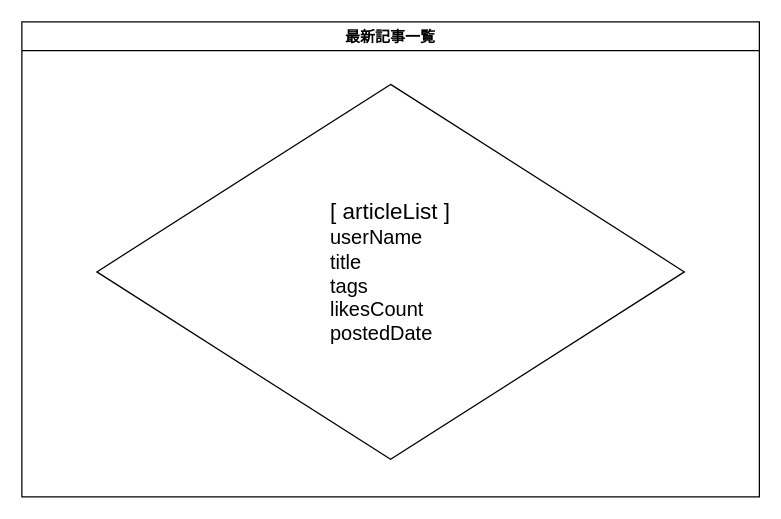
Earlier version of the draw.io diagram page "ホーム画面" (2 of 8) of Designs/要件定義.drawio (yusuke-rakus/Qiish). Source tidied: cells renumbered, new cells numbered last; positions are measured from the earlier drawing's top-left corner, leaving out a move shared by most shapes. Both pictures are drawn from the tidied source at 125%, with x=0, y=0 at pixel (21, 21).
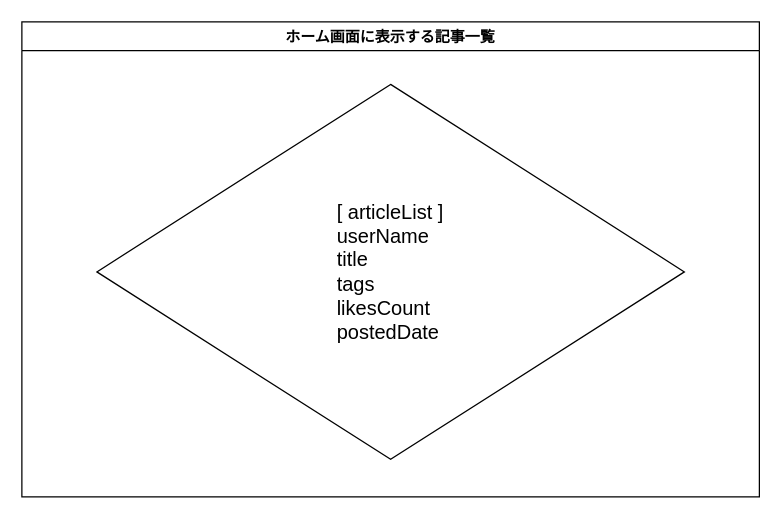
The same diagram, later.

Change to the diagram source:
```diff
@@
 <mxGraphModel>
   <root>
     <mxCell id="0" />
     <mxCell id="1" parent="0" />
-    <mxCell id="2" value="最新記事一覧" style="swimlane;" parent="1" vertex="1">
+    <mxCell id="2" value="ホーム画面に表示する記事一覧" style="swimlane;" parent="1" vertex="1">
       <mxGeometry width="590" height="380" as="geometry" />
     </mxCell>
-    <mxCell id="3" value="&lt;div style=&quot;text-align: justify&quot;&gt;&lt;font style=&quot;font-size: 18px&quot;&gt;[ articleList ]&lt;/font&gt;&lt;/div&gt;&lt;div style=&quot;text-align: justify&quot;&gt;&lt;font size=&quot;3&quot;&gt;userName&lt;/font&gt;&lt;/div&gt;&lt;div style=&quot;text-align: justify&quot;&gt;&lt;font size=&quot;3&quot;&gt;title&lt;/font&gt;&lt;/div&gt;&lt;div style=&quot;text-align: justify&quot;&gt;&lt;font size=&quot;3&quot;&gt;tags&lt;/font&gt;&lt;/div&gt;&lt;div style=&quot;text-align: justify&quot;&gt;&lt;font size=&quot;3&quot;&gt;likesCount&lt;/font&gt;&lt;/div&gt;&lt;div style=&quot;text-align: justify&quot;&gt;&lt;font size=&quot;3&quot;&gt;postedDate&lt;/font&gt;&lt;/div&gt;" style="rhombus;whiteSpace=wrap;html=1;" parent="2" vertex="1">
+    <mxCell id="3" value="&lt;div style=&quot;text-align: justify&quot;&gt;&lt;font style=&quot;font-size: 16px&quot;&gt;[ articleList ]&lt;/font&gt;&lt;/div&gt;&lt;div style=&quot;text-align: justify&quot;&gt;&lt;font size=&quot;3&quot;&gt;userName&lt;/font&gt;&lt;/div&gt;&lt;div style=&quot;text-align: justify&quot;&gt;&lt;font size=&quot;3&quot;&gt;title&lt;/font&gt;&lt;/div&gt;&lt;div style=&quot;text-align: justify&quot;&gt;&lt;font size=&quot;3&quot;&gt;tags&lt;/font&gt;&lt;/div&gt;&lt;div style=&quot;text-align: justify&quot;&gt;&lt;font size=&quot;3&quot;&gt;likesCount&lt;/font&gt;&lt;/div&gt;&lt;div style=&quot;text-align: justify&quot;&gt;&lt;font size=&quot;3&quot;&gt;postedDate&lt;/font&gt;&lt;/div&gt;" style="rhombus;whiteSpace=wrap;html=1;" parent="2" vertex="1">
       <mxGeometry x="60" y="50" width="470" height="300" as="geometry" />
     </mxCell>
   </root>
 </mxGraphModel>
```
